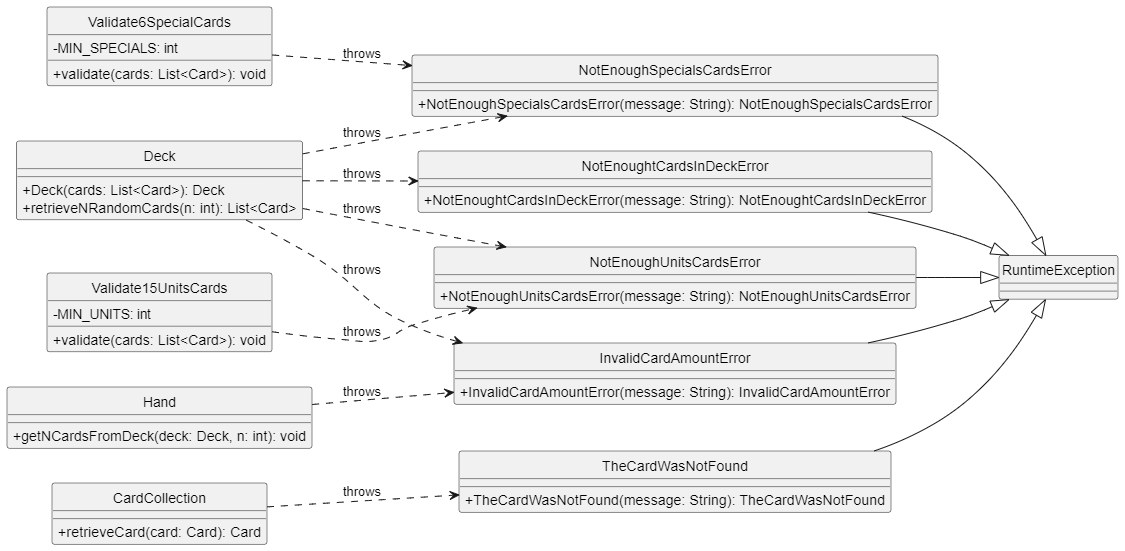
Yonhir/algo3_proyecto_base_tp2 keeps this PlantUML diagram as diagrams/classes/errors.png. Above is the earlier version. Its source is kept beside it as diagrams/classes/errors.plantuml.
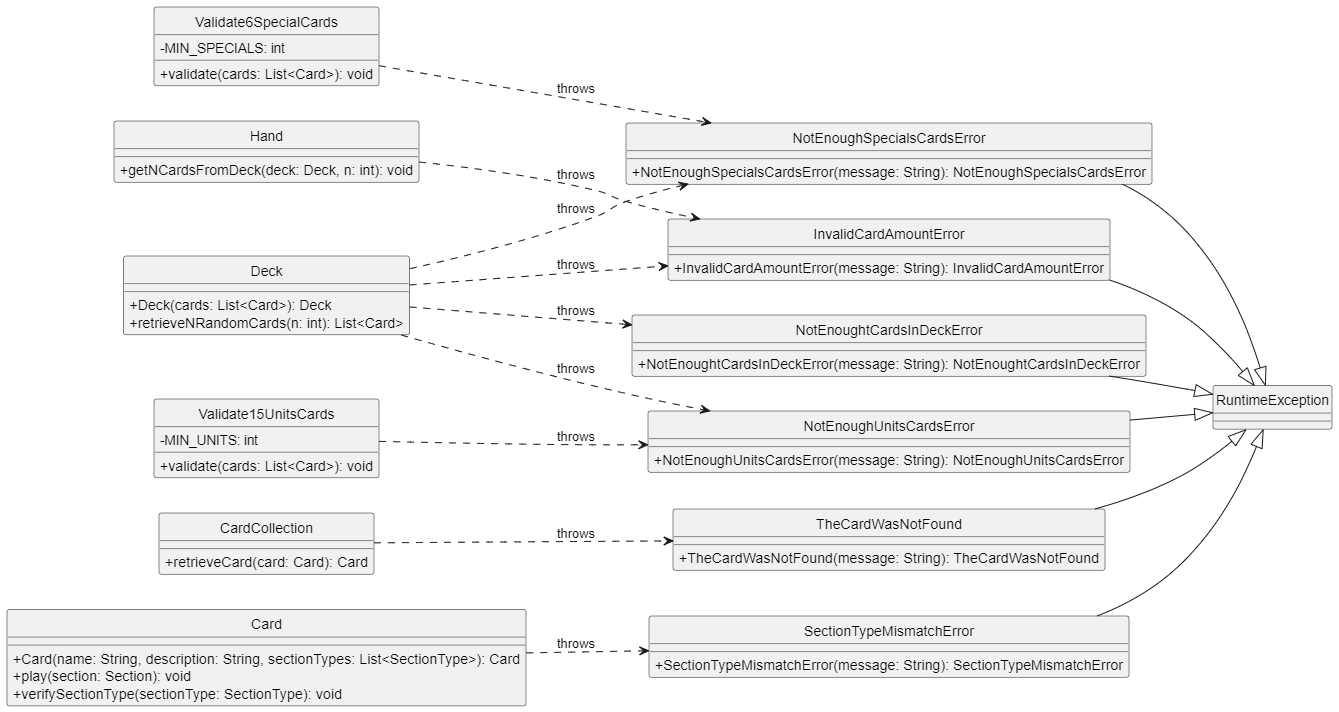
After the change.

What changed in the source:
```diff
@@ -26,6 +26,10 @@
   +TheCardWasNotFound(message: String): TheCardWasNotFound
 }
 
+class SectionTypeMismatchError {
+  +SectionTypeMismatchError(message: String): SectionTypeMismatchError
+}
+
 class Deck {
   +Deck(cards: List<Card>): Deck
   +retrieveNRandomCards(n: int): List<Card>
@@ -49,6 +53,12 @@
   +validate(cards: List<Card>): void
 }
 
+class Card {
+  +Card(name: String, description: String, sectionTypes: List<SectionType>): Card
+  +play(section: Section): void
+  +verifySectionType(sectionType: SectionType): void
+}
+
 Validate6SpecialCards ..> NotEnoughSpecialsCardsError : throws
 Validate15UnitsCards ..> NotEnoughUnitsCardsError : throws
 
@@ -61,10 +71,13 @@
 
 CardCollection ..> TheCardWasNotFound : throws
 
+Card ..> SectionTypeMismatchError : throws
+
 InvalidCardAmountError --|> RuntimeException
 NotEnoughSpecialsCardsError --|> RuntimeException
 NotEnoughtCardsInDeckError --|> RuntimeException
 NotEnoughUnitsCardsError --|> RuntimeException
 TheCardWasNotFound --|> RuntimeException
+SectionTypeMismatchError --|> RuntimeException
 
 @enduml
```
